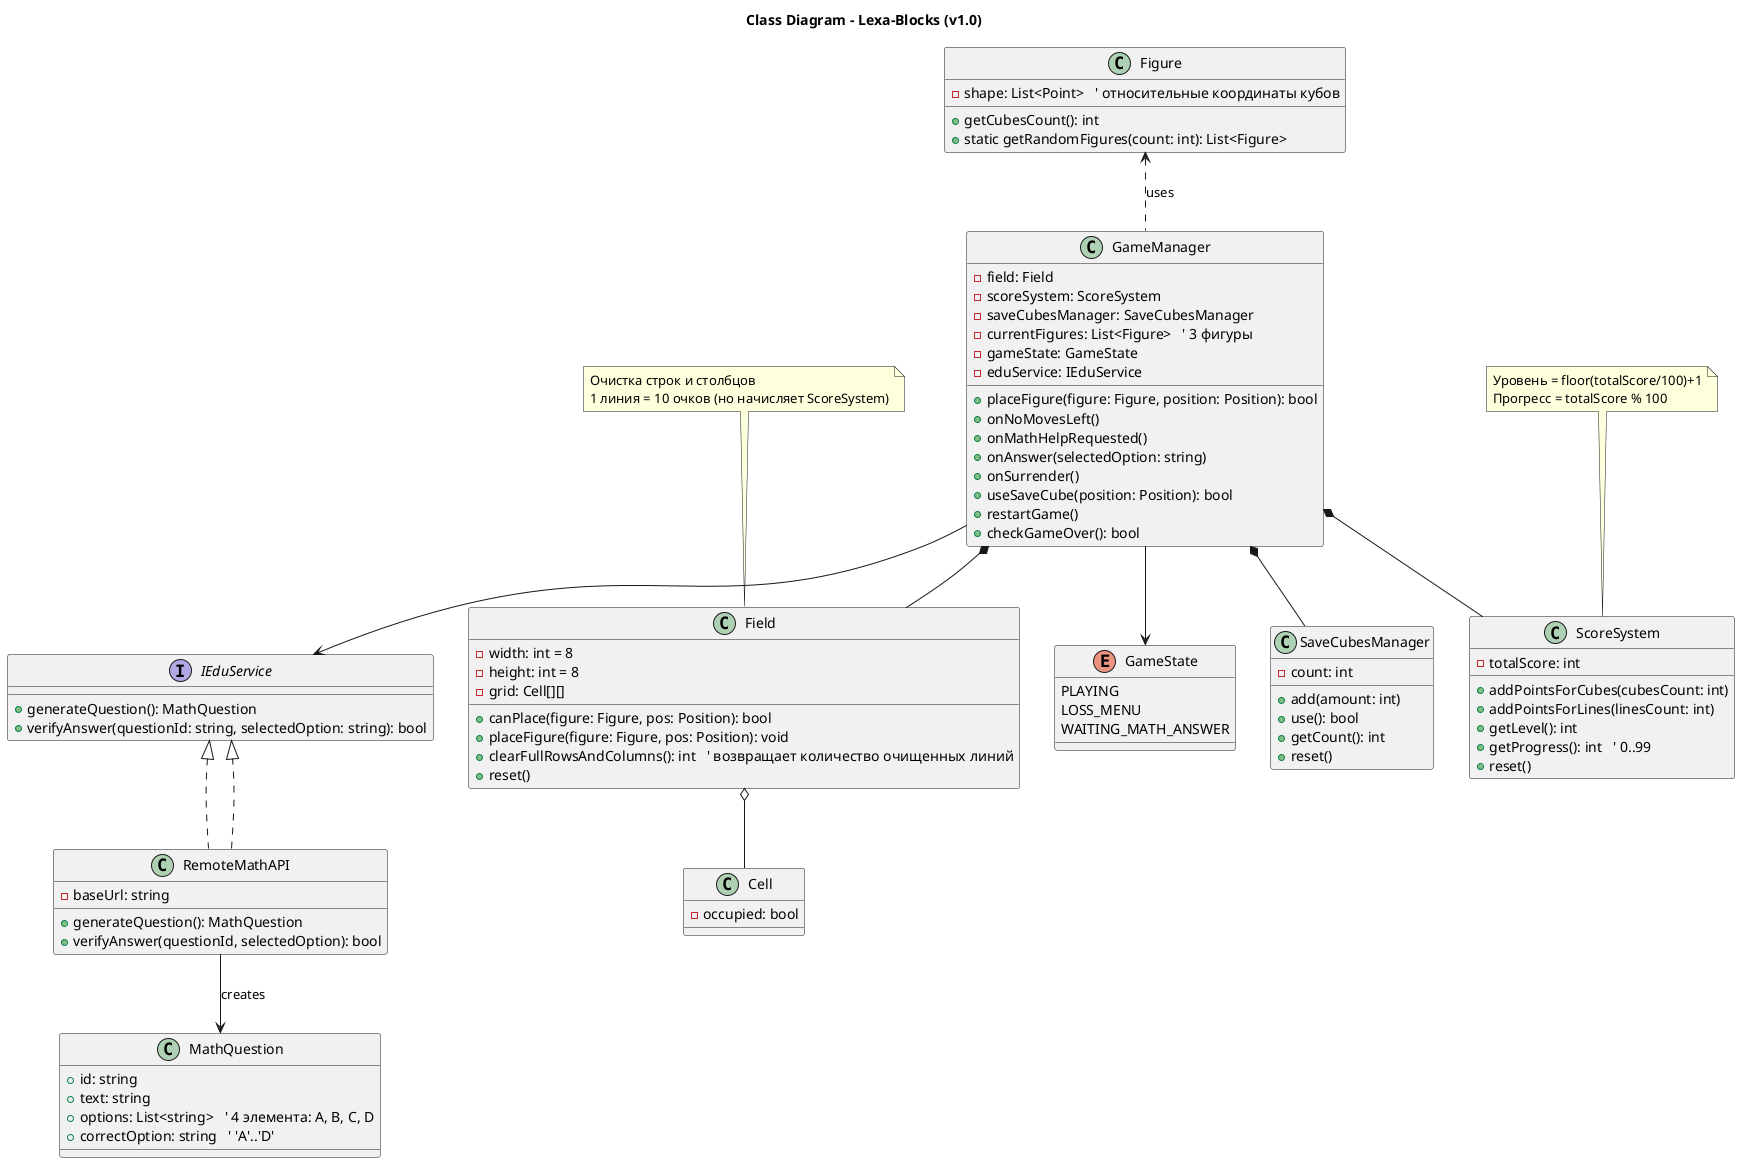
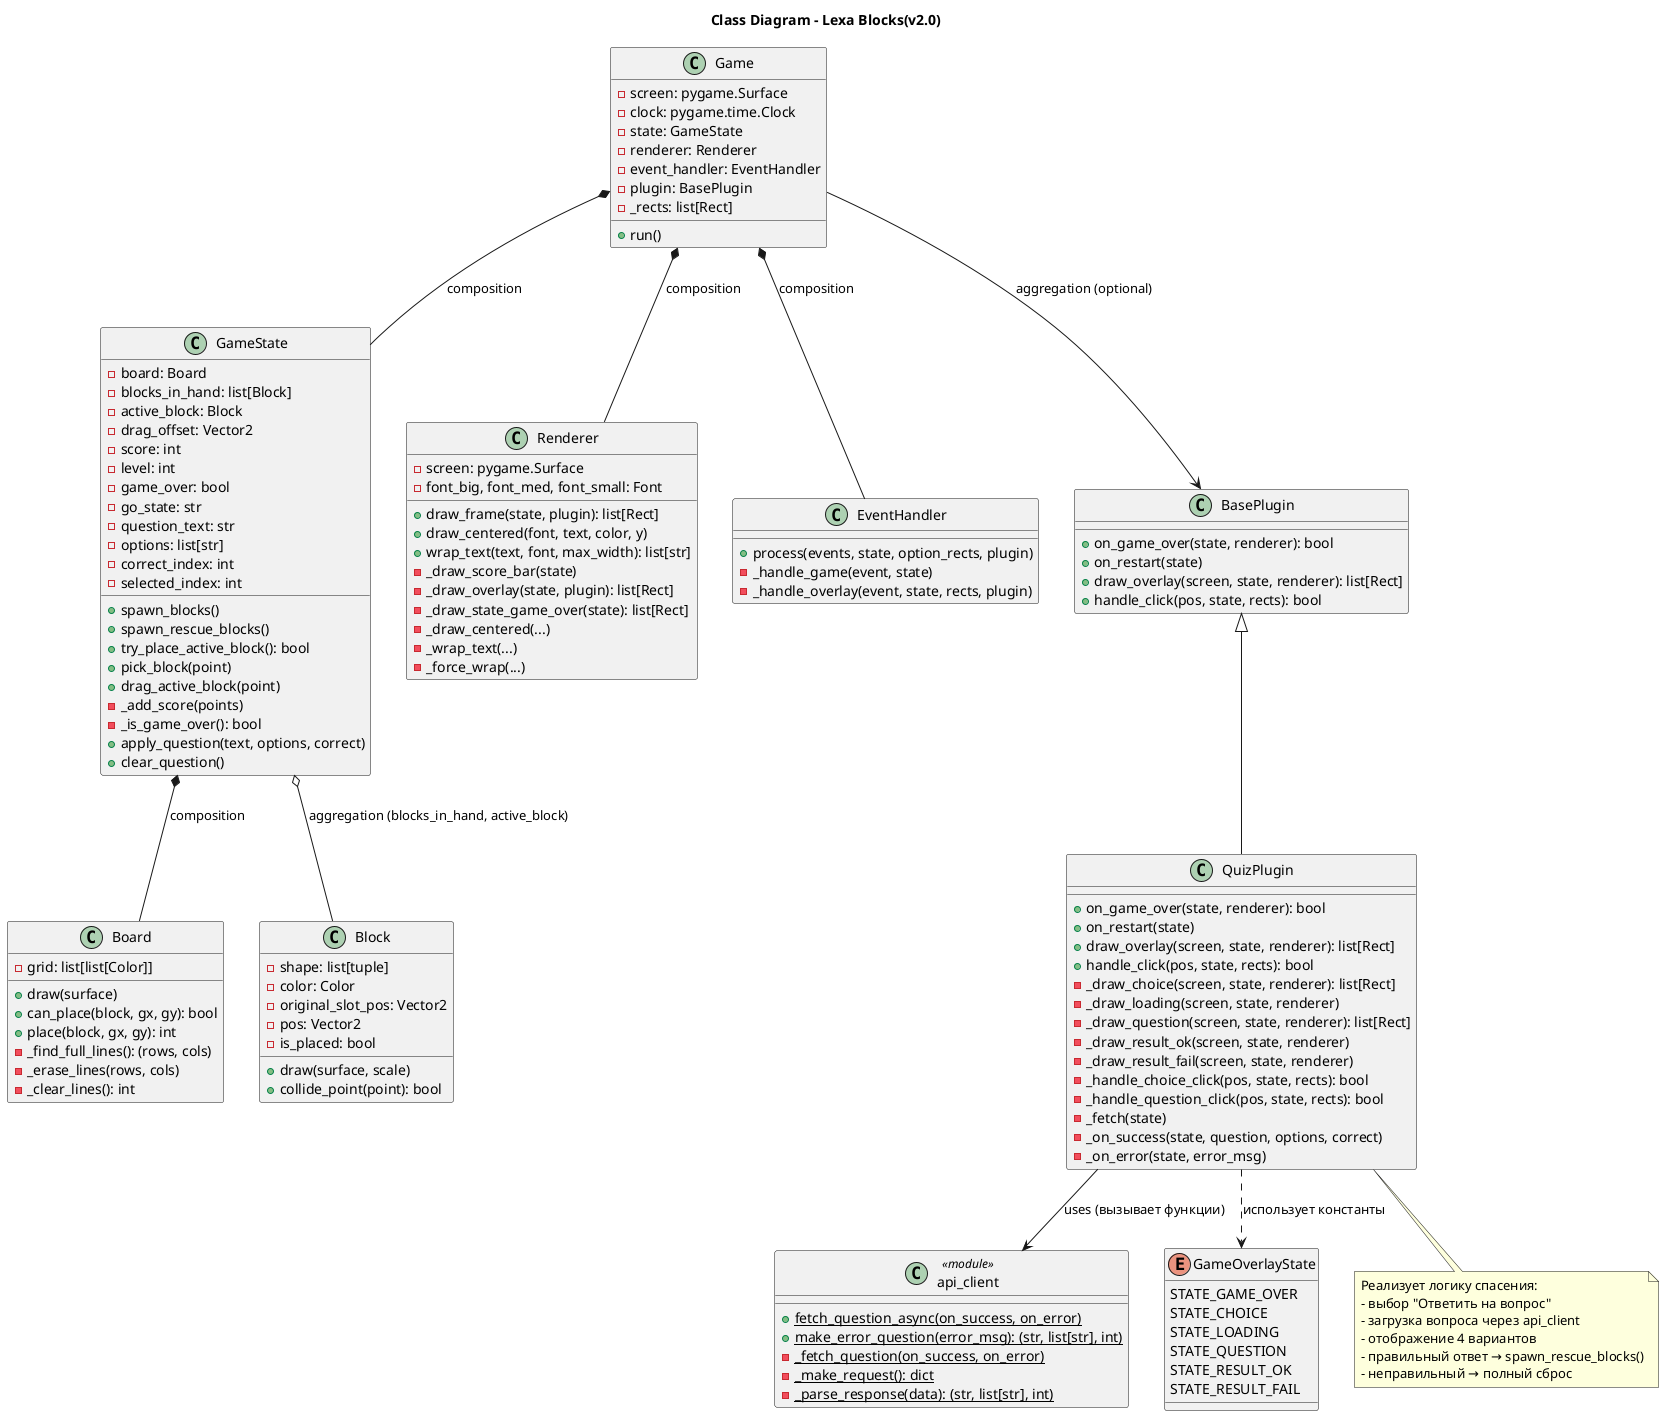
@startuml
- title Class Diagram - Lexa-Blocks (v1.0)
+ title Class Diagram - Lexa Blocks(v2.0)

- interface IEduService {
-     + generateQuestion(): MathQuestion
-     + verifyAnswer(questionId: string, selectedOption: string): bool
+ ' ---------- Ядро игры ----------
+ class Game {
+     - screen: pygame.Surface
+     - clock: pygame.time.Clock
+     - state: GameState
+     - renderer: Renderer
+     - event_handler: EventHandler
+     - plugin: BasePlugin
+     - _rects: list[Rect]
+     + run()
}

- class GameManager {
-     - field: Field
-     - scoreSystem: ScoreSystem
-     - saveCubesManager: SaveCubesManager
-     - currentFigures: List<Figure>   ' 3 фигуры
-     - gameState: GameState
-     - eduService: IEduService
-     + placeFigure(figure: Figure, position: Position): bool
-     + onNoMovesLeft()
-     + onMathHelpRequested()
-     + onAnswer(selectedOption: string)
-     + onSurrender()
-     + useSaveCube(position: Position): bool
-     + restartGame()
-     + checkGameOver(): bool
+ class GameState {
+     - board: Board
+     - blocks_in_hand: list[Block]
+     - active_block: Block
+     - drag_offset: Vector2
+     - score: int
+     - level: int
+     - game_over: bool
+     - go_state: str
+     - question_text: str
+     - options: list[str]
+     - correct_index: int
+     - selected_index: int
+     + spawn_blocks()
+     + spawn_rescue_blocks()
+     + try_place_active_block(): bool
+     + pick_block(point)
+     + drag_active_block(point)
+     - _add_score(points)
+     - _is_game_over(): bool
+     + apply_question(text, options, correct)
+     + clear_question()
}

- enum GameState {
-     PLAYING
-     LOSS_MENU
-     WAITING_MATH_ANSWER
+ class Board {
+     - grid: list[list[Color]]
+     + draw(surface)
+     + can_place(block, gx, gy): bool
+     + place(block, gx, gy): int
+     - _find_full_lines(): (rows, cols)
+     - _erase_lines(rows, cols)
+     - _clear_lines(): int
}

- class Field {
-     - width: int = 8
-     - height: int = 8
-     - grid: Cell[][]
-     + canPlace(figure: Figure, pos: Position): bool
-     + placeFigure(figure: Figure, pos: Position): void
-     + clearFullRowsAndColumns(): int   ' возвращает количество очищенных линий
-     + reset()
+ class Block {
+     - shape: list[tuple]
+     - color: Color
+     - original_slot_pos: Vector2
+     - pos: Vector2
+     - is_placed: bool
+     + draw(surface, scale)
+     + collide_point(point): bool
}

- class Cell {
-     - occupied: bool
+ class Renderer {
+     - screen: pygame.Surface
+     - font_big, font_med, font_small: Font
+     + draw_frame(state, plugin): list[Rect]
+     + draw_centered(font, text, color, y)
+     + wrap_text(text, font, max_width): list[str]
+     - _draw_score_bar(state)
+     - _draw_overlay(state, plugin): list[Rect]
+     - _draw_state_game_over(state): list[Rect]
+     - _draw_centered(...)
+     - _wrap_text(...)
+     - _force_wrap(...)
}

- class Figure {
-     - shape: List<Point>   ' относительные координаты кубов
-     + getCubesCount(): int
-     + static getRandomFigures(count: int): List<Figure>
+ class EventHandler {
+     + process(events, state, option_rects, plugin)
+     - _handle_game(event, state)
+     - _handle_overlay(event, state, rects, plugin)
}

- class ScoreSystem {
-     - totalScore: int
-     + addPointsForCubes(cubesCount: int)
-     + addPointsForLines(linesCount: int)
-     + getLevel(): int
-     + getProgress(): int   ' 0..99
-     + reset()
+ ' ---------- Плагин ----------
+ class BasePlugin {
+     + on_game_over(state, renderer): bool
+     + on_restart(state)
+     + draw_overlay(screen, state, renderer): list[Rect]
+     + handle_click(pos, state, rects): bool
}

- class MathQuestion {
-     + id: string
-     + text: string
-     + options: List<string>   ' 4 элемента: A, B, C, D
-     + correctOption: string   ' 'A'..'D'
+ class QuizPlugin extends BasePlugin {
+     + on_game_over(state, renderer): bool
+     + on_restart(state)
+     + draw_overlay(screen, state, renderer): list[Rect]
+     + handle_click(pos, state, rects): bool
+     - _draw_choice(screen, state, renderer): list[Rect]
+     - _draw_loading(screen, state, renderer)
+     - _draw_question(screen, state, renderer): list[Rect]
+     - _draw_result_ok(screen, state, renderer)
+     - _draw_result_fail(screen, state, renderer)
+     - _handle_choice_click(pos, state, rects): bool
+     - _handle_question_click(pos, state, rects): bool
+     - _fetch(state)
+     - _on_success(state, question, options, correct)
+     - _on_error(state, error_msg)
}

- class RemoteMathAPI implements IEduService {
-     - baseUrl: string
-     + generateQuestion(): MathQuestion
-     + verifyAnswer(questionId, selectedOption): bool
+ ' ---------- Модуль api_client (как класс со стереотипом) ----------
+ class "api_client" <<module>> {
+     + {static} fetch_question_async(on_success, on_error)
+     + {static} make_error_question(error_msg): (str, list[str], int)
+     - {static} _fetch_question(on_success, on_error)
+     - {static} _make_request(): dict
+     - {static} _parse_response(data): (str, list[str], int)
}

- class SaveCubesManager {
-     - count: int
-     + add(amount: int)
-     + use(): bool
-     + getCount(): int
-     + reset()
+ ' ---------- Константы состояний (для справки) ----------
+ enum GameOverlayState {
+     STATE_GAME_OVER
+     STATE_CHOICE
+     STATE_LOADING
+     STATE_QUESTION
+     STATE_RESULT_OK
+     STATE_RESULT_FAIL
}

- GameManager --> IEduService
- GameManager *-- Field
- GameManager *-- ScoreSystem
- GameManager *-- SaveCubesManager
- GameManager --> GameState
- Field o-- Cell
- Figure <.. GameManager : uses
- RemoteMathAPI ..|> IEduService
- RemoteMathAPI --> MathQuestion : creates
+ ' ---------- Связи ----------
+ Game *-- GameState : composition
+ Game *-- Renderer : composition
+ Game *-- EventHandler : composition
+ Game --> BasePlugin : aggregation (optional)
+ GameState *-- Board : composition
+ GameState o-- Block : aggregation (blocks_in_hand, active_block)
+ QuizPlugin --> "api_client" : uses (вызывает функции)
+ QuizPlugin ..> GameOverlayState : использует константы

- note top of ScoreSystem : Уровень = floor(totalScore/100)+1\nПрогресс = totalScore % 100
- note top of Field : Очистка строк и столбцов\n1 линия = 10 очков (но начисляет ScoreSystem)
+ note bottom of QuizPlugin
+     Реализует логику спасения:
+     - выбор "Ответить на вопрос"
+     - загрузка вопроса через api_client
+     - отображение 4 вариантов
+     - правильный ответ → spawn_rescue_blocks()
+     - неправильный → полный сброс
+ end note
+ 
@enduml
